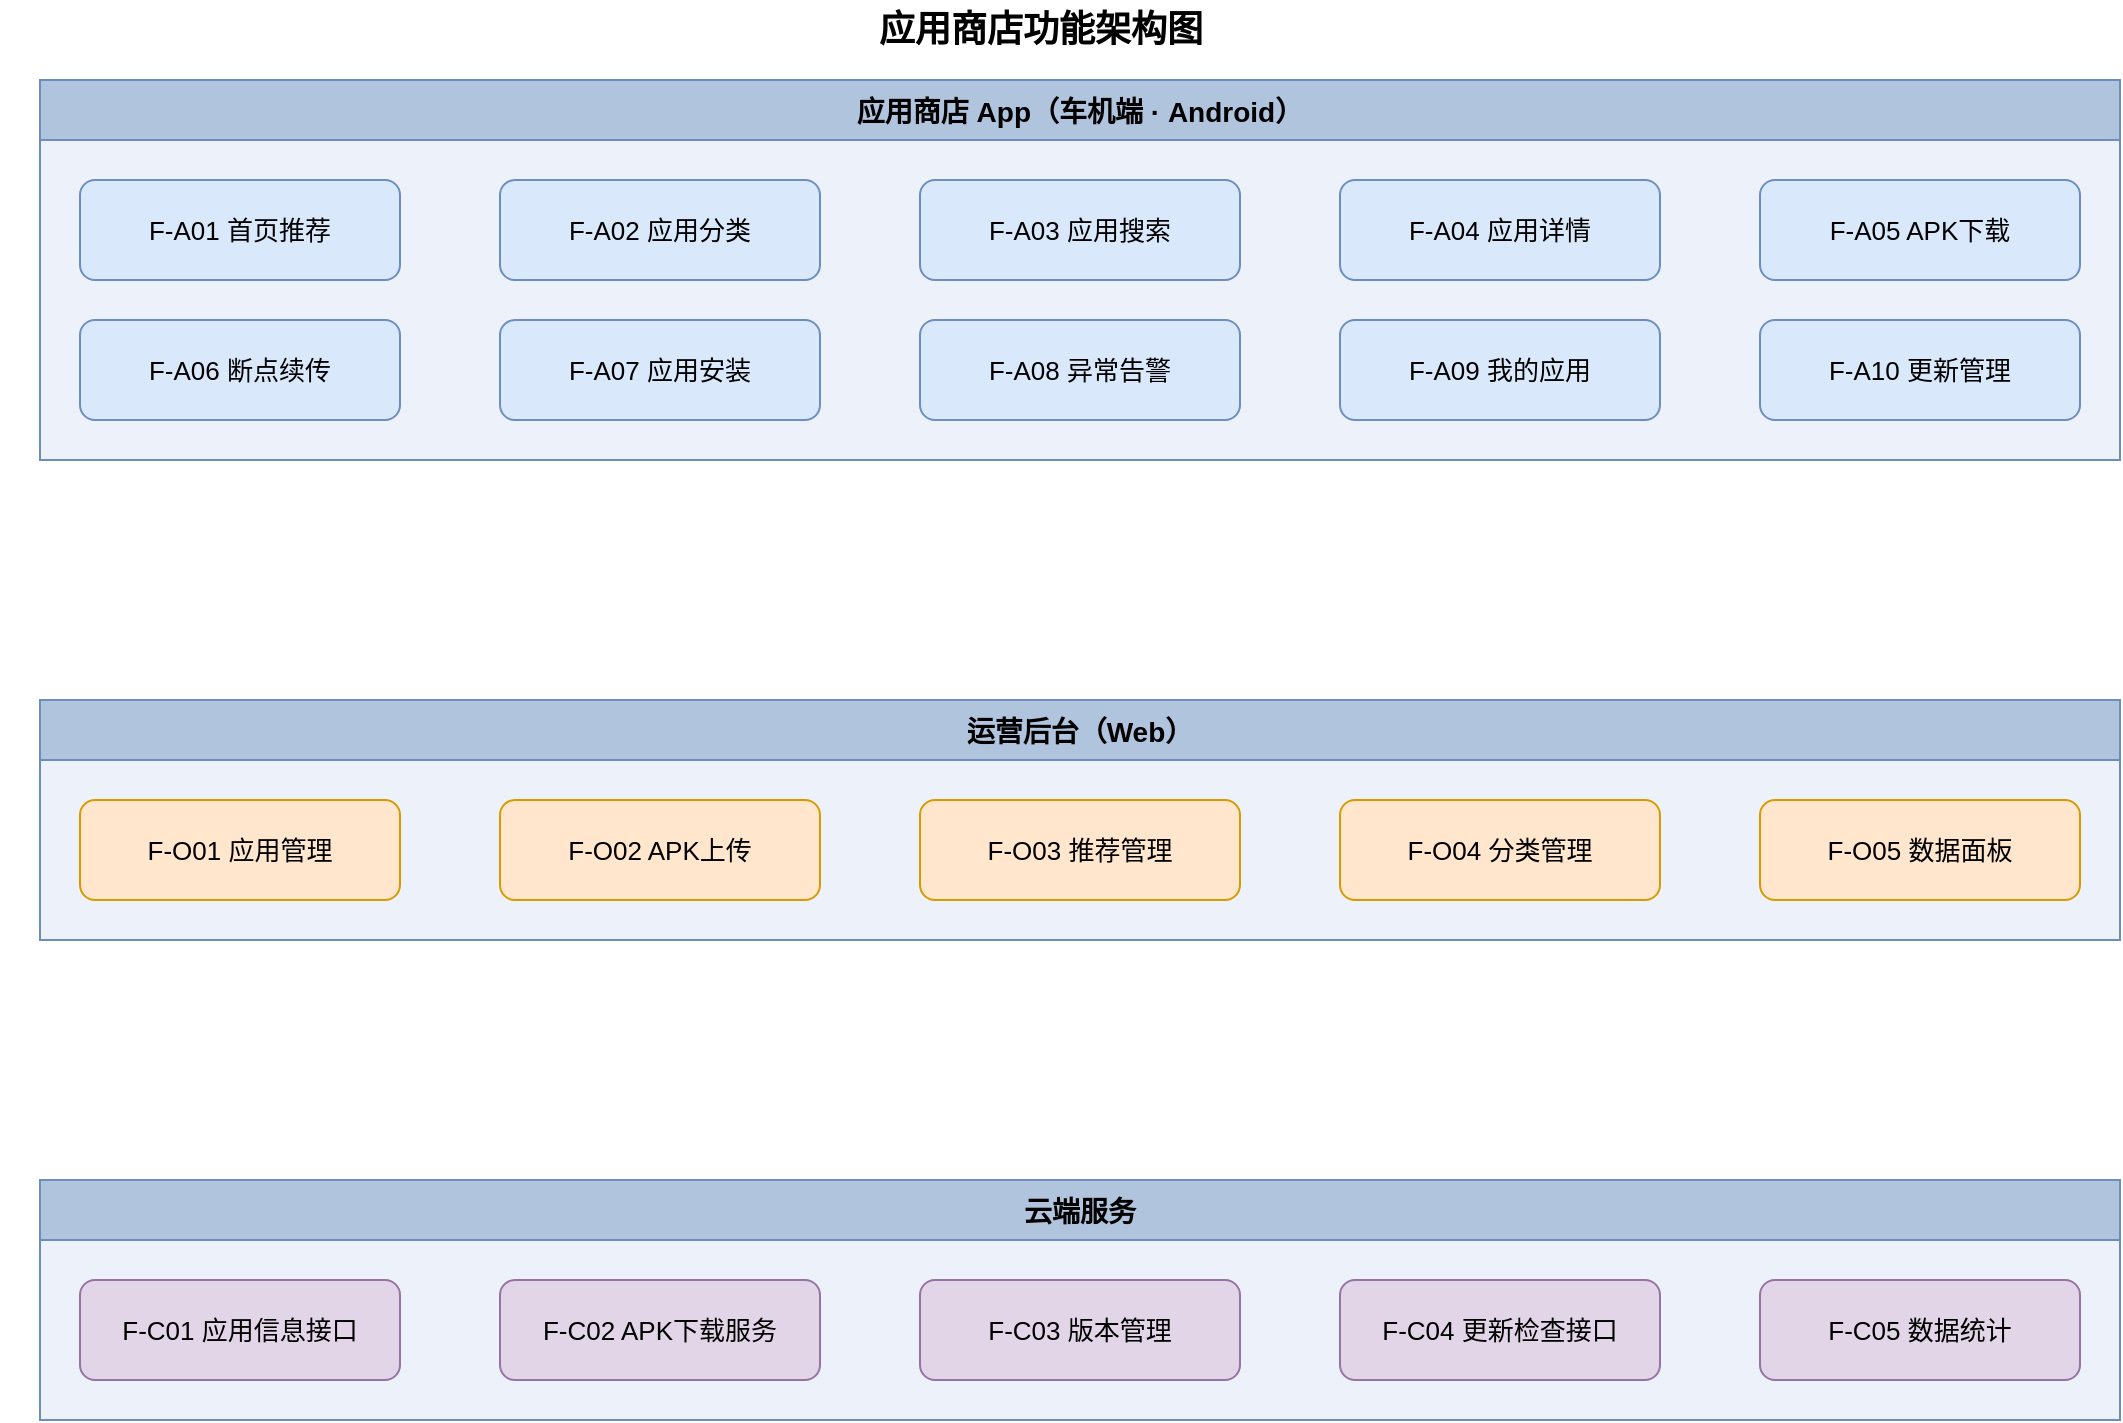
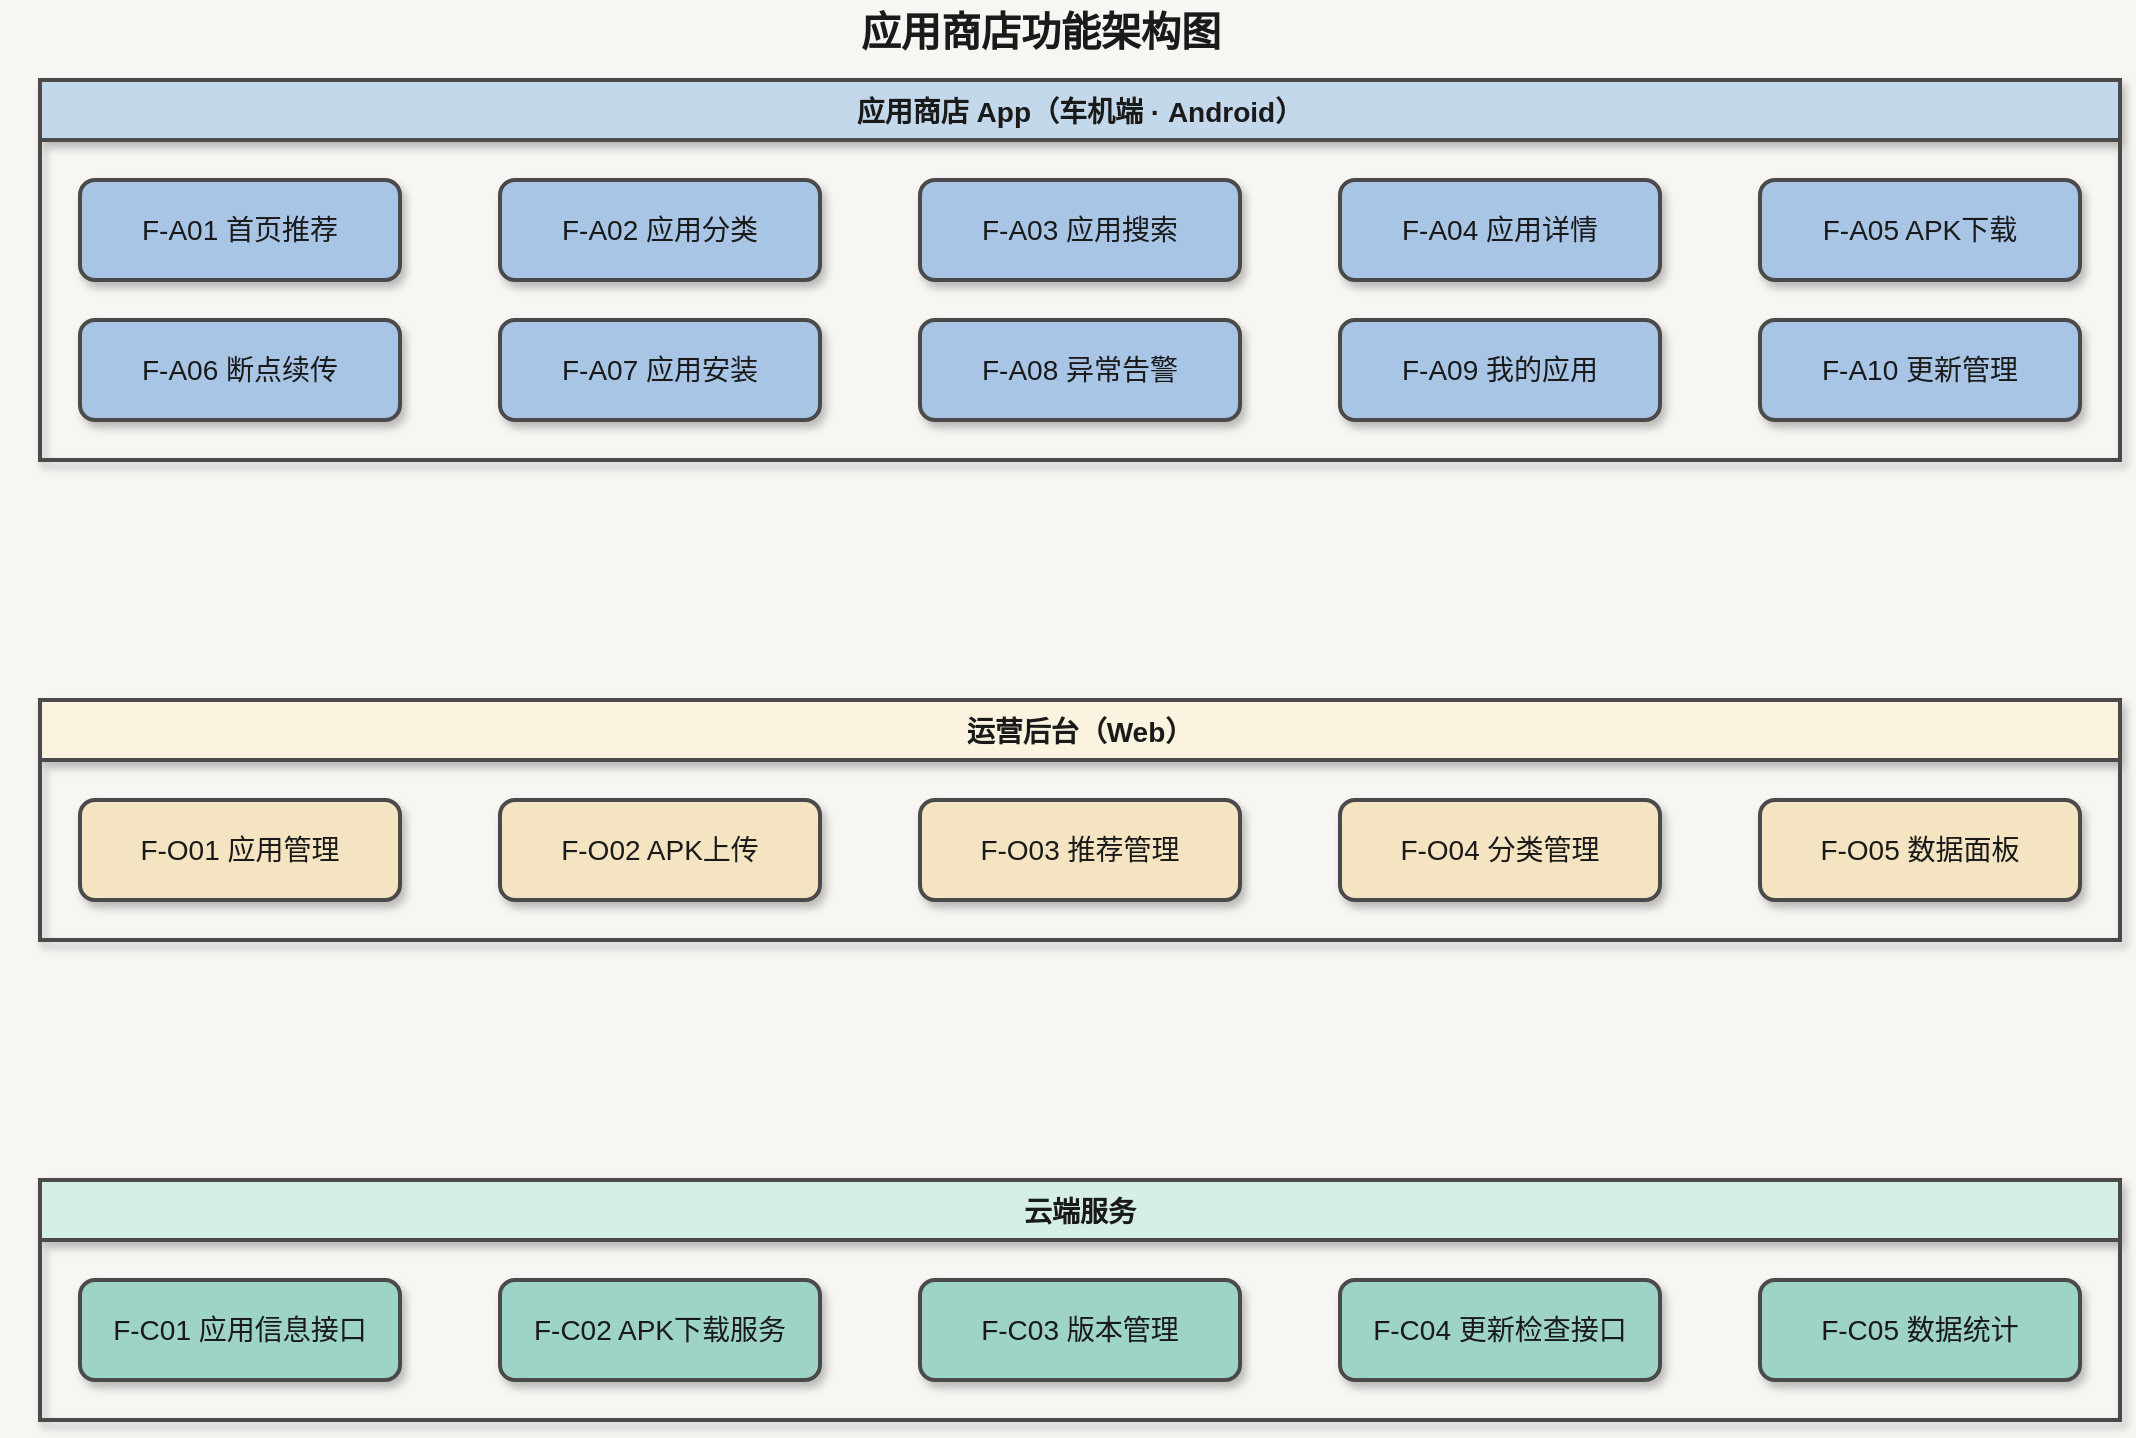
<?xml version="1.0" encoding="UTF-8"?>
<mxfile host="drawio" version="26.0.0" type="device">
  <diagram name="Page-1" id="page-1">
-     <mxGraphModel dx="1434" dy="810" grid="1" gridSize="10" guides="1" tooltips="1" connect="1" arrows="1" fold="1" page="1" pageScale="1" pageWidth="1600" pageHeight="900" math="0" shadow="0">
+     <mxGraphModel dx="1434" dy="810" grid="1" gridSize="10" guides="1" tooltips="1" connect="1" arrows="1" fold="1" page="1" pageScale="1" pageWidth="1600" pageHeight="900" math="0" shadow="0" background="#f8f6f3">
      <root>
        <mxCell id="0" />
        <mxCell id="1" parent="0" />

        <!-- Title -->
-         <mxCell id="2" value="应用商店功能架构图" style="text;html=1;align=center;verticalAlign=middle;fontFamily=Helvetica;fontSize=18;fontStyle=1;" vertex="1" parent="1">
+         <mxCell id="2" value="应用商店功能架构图" style="text;html=1;align=center;verticalAlign=middle;fontFamily=Helvetica;fontSize=20;fontStyle=1;fontColor=#1a1a1a;" vertex="1" parent="1">
          <mxGeometry x="260" y="20" width="1040" height="30" as="geometry" />
        </mxCell>

        <!-- Layer 1: 车机端 Swimlane -->
-         <mxCell id="3" value="应用商店 App（车机端 · Android）" style="swimlane;startSize=30;fillColor=#B0C4DE;strokeColor=#6c8ebf;swimlaneFillColor=#EDF2FA;fontFamily=Helvetica;fontSize=14;fontStyle=1;" vertex="1" parent="1">
+         <mxCell id="3" value="应用商店 App（车机端 · Android）" style="swimlane;startSize=30;fillColor=#c4d8eb;strokeColor=#4a4a4a;strokeWidth=2;shadow=1;fontFamily=Helvetica;fontSize=14;fontStyle=1;fontColor=#1a1a1a;" vertex="1" parent="1">
          <mxGeometry x="280" y="60" width="1040" height="190" as="geometry" />
        </mxCell>

-         <!-- Layer 1 Row 1 -->
-         <mxCell id="4" value="F-A01 首页推荐" style="rounded=1;whiteSpace=wrap;html=1;spacingLeft=15;spacingRight=15;spacingTop=15;spacingBottom=15;fillColor=#dae8fc;strokeColor=#6c8ebf;fontFamily=Helvetica;fontSize=13;" vertex="1" parent="3">
+         <!-- Layer 1 Row 1 (primary: #a8c5e6 / #4a4a4a) -->
+         <mxCell id="4" value="F-A01 首页推荐" style="rounded=1;whiteSpace=wrap;html=1;spacingLeft=15;spacingRight=15;spacingTop=15;spacingBottom=15;fillColor=#a8c5e6;strokeColor=#4a4a4a;strokeWidth=2;shadow=1;fontFamily=Helvetica;fontSize=14;fontColor=#1a1a1a;" vertex="1" parent="3">
          <mxGeometry x="20" y="50" width="160" height="50" as="geometry" />
        </mxCell>
-         <mxCell id="5" value="F-A02 应用分类" style="rounded=1;whiteSpace=wrap;html=1;spacingLeft=15;spacingRight=15;spacingTop=15;spacingBottom=15;fillColor=#dae8fc;strokeColor=#6c8ebf;fontFamily=Helvetica;fontSize=13;" vertex="1" parent="3">
+         <mxCell id="5" value="F-A02 应用分类" style="rounded=1;whiteSpace=wrap;html=1;spacingLeft=15;spacingRight=15;spacingTop=15;spacingBottom=15;fillColor=#a8c5e6;strokeColor=#4a4a4a;strokeWidth=2;shadow=1;fontFamily=Helvetica;fontSize=14;fontColor=#1a1a1a;" vertex="1" parent="3">
          <mxGeometry x="230" y="50" width="160" height="50" as="geometry" />
        </mxCell>
-         <mxCell id="6" value="F-A03 应用搜索" style="rounded=1;whiteSpace=wrap;html=1;spacingLeft=15;spacingRight=15;spacingTop=15;spacingBottom=15;fillColor=#dae8fc;strokeColor=#6c8ebf;fontFamily=Helvetica;fontSize=13;" vertex="1" parent="3">
+         <mxCell id="6" value="F-A03 应用搜索" style="rounded=1;whiteSpace=wrap;html=1;spacingLeft=15;spacingRight=15;spacingTop=15;spacingBottom=15;fillColor=#a8c5e6;strokeColor=#4a4a4a;strokeWidth=2;shadow=1;fontFamily=Helvetica;fontSize=14;fontColor=#1a1a1a;" vertex="1" parent="3">
          <mxGeometry x="440" y="50" width="160" height="50" as="geometry" />
        </mxCell>
-         <mxCell id="7" value="F-A04 应用详情" style="rounded=1;whiteSpace=wrap;html=1;spacingLeft=15;spacingRight=15;spacingTop=15;spacingBottom=15;fillColor=#dae8fc;strokeColor=#6c8ebf;fontFamily=Helvetica;fontSize=13;" vertex="1" parent="3">
+         <mxCell id="7" value="F-A04 应用详情" style="rounded=1;whiteSpace=wrap;html=1;spacingLeft=15;spacingRight=15;spacingTop=15;spacingBottom=15;fillColor=#a8c5e6;strokeColor=#4a4a4a;strokeWidth=2;shadow=1;fontFamily=Helvetica;fontSize=14;fontColor=#1a1a1a;" vertex="1" parent="3">
          <mxGeometry x="650" y="50" width="160" height="50" as="geometry" />
        </mxCell>
-         <mxCell id="8" value="F-A05 APK下载" style="rounded=1;whiteSpace=wrap;html=1;spacingLeft=15;spacingRight=15;spacingTop=15;spacingBottom=15;fillColor=#dae8fc;strokeColor=#6c8ebf;fontFamily=Helvetica;fontSize=13;" vertex="1" parent="3">
+         <mxCell id="8" value="F-A05 APK下载" style="rounded=1;whiteSpace=wrap;html=1;spacingLeft=15;spacingRight=15;spacingTop=15;spacingBottom=15;fillColor=#a8c5e6;strokeColor=#4a4a4a;strokeWidth=2;shadow=1;fontFamily=Helvetica;fontSize=14;fontColor=#1a1a1a;" vertex="1" parent="3">
          <mxGeometry x="860" y="50" width="160" height="50" as="geometry" />
        </mxCell>

-         <!-- Layer 1 Row 2 -->
-         <mxCell id="9" value="F-A06 断点续传" style="rounded=1;whiteSpace=wrap;html=1;spacingLeft=15;spacingRight=15;spacingTop=15;spacingBottom=15;fillColor=#dae8fc;strokeColor=#6c8ebf;fontFamily=Helvetica;fontSize=13;" vertex="1" parent="3">
+         <!-- Layer 1 Row 2 (primary: #a8c5e6 / #4a4a4a) -->
+         <mxCell id="9" value="F-A06 断点续传" style="rounded=1;whiteSpace=wrap;html=1;spacingLeft=15;spacingRight=15;spacingTop=15;spacingBottom=15;fillColor=#a8c5e6;strokeColor=#4a4a4a;strokeWidth=2;shadow=1;fontFamily=Helvetica;fontSize=14;fontColor=#1a1a1a;" vertex="1" parent="3">
          <mxGeometry x="20" y="120" width="160" height="50" as="geometry" />
        </mxCell>
-         <mxCell id="10" value="F-A07 应用安装" style="rounded=1;whiteSpace=wrap;html=1;spacingLeft=15;spacingRight=15;spacingTop=15;spacingBottom=15;fillColor=#dae8fc;strokeColor=#6c8ebf;fontFamily=Helvetica;fontSize=13;" vertex="1" parent="3">
+         <mxCell id="10" value="F-A07 应用安装" style="rounded=1;whiteSpace=wrap;html=1;spacingLeft=15;spacingRight=15;spacingTop=15;spacingBottom=15;fillColor=#a8c5e6;strokeColor=#4a4a4a;strokeWidth=2;shadow=1;fontFamily=Helvetica;fontSize=14;fontColor=#1a1a1a;" vertex="1" parent="3">
          <mxGeometry x="230" y="120" width="160" height="50" as="geometry" />
        </mxCell>
-         <mxCell id="11" value="F-A08 异常告警" style="rounded=1;whiteSpace=wrap;html=1;spacingLeft=15;spacingRight=15;spacingTop=15;spacingBottom=15;fillColor=#dae8fc;strokeColor=#6c8ebf;fontFamily=Helvetica;fontSize=13;" vertex="1" parent="3">
+         <mxCell id="11" value="F-A08 异常告警" style="rounded=1;whiteSpace=wrap;html=1;spacingLeft=15;spacingRight=15;spacingTop=15;spacingBottom=15;fillColor=#a8c5e6;strokeColor=#4a4a4a;strokeWidth=2;shadow=1;fontFamily=Helvetica;fontSize=14;fontColor=#1a1a1a;" vertex="1" parent="3">
          <mxGeometry x="440" y="120" width="160" height="50" as="geometry" />
        </mxCell>
-         <mxCell id="12" value="F-A09 我的应用" style="rounded=1;whiteSpace=wrap;html=1;spacingLeft=15;spacingRight=15;spacingTop=15;spacingBottom=15;fillColor=#dae8fc;strokeColor=#6c8ebf;fontFamily=Helvetica;fontSize=13;" vertex="1" parent="3">
+         <mxCell id="12" value="F-A09 我的应用" style="rounded=1;whiteSpace=wrap;html=1;spacingLeft=15;spacingRight=15;spacingTop=15;spacingBottom=15;fillColor=#a8c5e6;strokeColor=#4a4a4a;strokeWidth=2;shadow=1;fontFamily=Helvetica;fontSize=14;fontColor=#1a1a1a;" vertex="1" parent="3">
          <mxGeometry x="650" y="120" width="160" height="50" as="geometry" />
        </mxCell>
-         <mxCell id="13" value="F-A10 更新管理" style="rounded=1;whiteSpace=wrap;html=1;spacingLeft=15;spacingRight=15;spacingTop=15;spacingBottom=15;fillColor=#dae8fc;strokeColor=#6c8ebf;fontFamily=Helvetica;fontSize=13;" vertex="1" parent="3">
+         <mxCell id="13" value="F-A10 更新管理" style="rounded=1;whiteSpace=wrap;html=1;spacingLeft=15;spacingRight=15;spacingTop=15;spacingBottom=15;fillColor=#a8c5e6;strokeColor=#4a4a4a;strokeWidth=2;shadow=1;fontFamily=Helvetica;fontSize=14;fontColor=#1a1a1a;" vertex="1" parent="3">
          <mxGeometry x="860" y="120" width="160" height="50" as="geometry" />
        </mxCell>

        <!-- Layer 2: 运营后台 Swimlane -->
-         <mxCell id="14" value="运营后台（Web）" style="swimlane;startSize=30;fillColor=#B0C4DE;strokeColor=#6c8ebf;swimlaneFillColor=#EDF2FA;fontFamily=Helvetica;fontSize=14;fontStyle=1;" vertex="1" parent="1">
+         <mxCell id="14" value="运营后台（Web）" style="swimlane;startSize=30;fillColor=#faf3e0;strokeColor=#4a4a4a;strokeWidth=2;shadow=1;fontFamily=Helvetica;fontSize=14;fontStyle=1;fontColor=#1a1a1a;" vertex="1" parent="1">
          <mxGeometry x="280" y="370" width="1040" height="120" as="geometry" />
        </mxCell>

-         <!-- Layer 2 Modules -->
-         <mxCell id="15" value="F-O01 应用管理" style="rounded=1;whiteSpace=wrap;html=1;spacingLeft=15;spacingRight=15;spacingTop=15;spacingBottom=15;fillColor=#ffe6cc;strokeColor=#d79b00;fontFamily=Helvetica;fontSize=13;" vertex="1" parent="14">
+         <!-- Layer 2 Modules (warning: #f4e4c1 / #4a4a4a) -->
+         <mxCell id="15" value="F-O01 应用管理" style="rounded=1;whiteSpace=wrap;html=1;spacingLeft=15;spacingRight=15;spacingTop=15;spacingBottom=15;fillColor=#f4e4c1;strokeColor=#4a4a4a;strokeWidth=2;shadow=1;fontFamily=Helvetica;fontSize=14;fontColor=#1a1a1a;" vertex="1" parent="14">
          <mxGeometry x="20" y="50" width="160" height="50" as="geometry" />
        </mxCell>
-         <mxCell id="16" value="F-O02 APK上传" style="rounded=1;whiteSpace=wrap;html=1;spacingLeft=15;spacingRight=15;spacingTop=15;spacingBottom=15;fillColor=#ffe6cc;strokeColor=#d79b00;fontFamily=Helvetica;fontSize=13;" vertex="1" parent="14">
+         <mxCell id="16" value="F-O02 APK上传" style="rounded=1;whiteSpace=wrap;html=1;spacingLeft=15;spacingRight=15;spacingTop=15;spacingBottom=15;fillColor=#f4e4c1;strokeColor=#4a4a4a;strokeWidth=2;shadow=1;fontFamily=Helvetica;fontSize=14;fontColor=#1a1a1a;" vertex="1" parent="14">
          <mxGeometry x="230" y="50" width="160" height="50" as="geometry" />
        </mxCell>
-         <mxCell id="17" value="F-O03 推荐管理" style="rounded=1;whiteSpace=wrap;html=1;spacingLeft=15;spacingRight=15;spacingTop=15;spacingBottom=15;fillColor=#ffe6cc;strokeColor=#d79b00;fontFamily=Helvetica;fontSize=13;" vertex="1" parent="14">
+         <mxCell id="17" value="F-O03 推荐管理" style="rounded=1;whiteSpace=wrap;html=1;spacingLeft=15;spacingRight=15;spacingTop=15;spacingBottom=15;fillColor=#f4e4c1;strokeColor=#4a4a4a;strokeWidth=2;shadow=1;fontFamily=Helvetica;fontSize=14;fontColor=#1a1a1a;" vertex="1" parent="14">
          <mxGeometry x="440" y="50" width="160" height="50" as="geometry" />
        </mxCell>
-         <mxCell id="18" value="F-O04 分类管理" style="rounded=1;whiteSpace=wrap;html=1;spacingLeft=15;spacingRight=15;spacingTop=15;spacingBottom=15;fillColor=#ffe6cc;strokeColor=#d79b00;fontFamily=Helvetica;fontSize=13;" vertex="1" parent="14">
+         <mxCell id="18" value="F-O04 分类管理" style="rounded=1;whiteSpace=wrap;html=1;spacingLeft=15;spacingRight=15;spacingTop=15;spacingBottom=15;fillColor=#f4e4c1;strokeColor=#4a4a4a;strokeWidth=2;shadow=1;fontFamily=Helvetica;fontSize=14;fontColor=#1a1a1a;" vertex="1" parent="14">
          <mxGeometry x="650" y="50" width="160" height="50" as="geometry" />
        </mxCell>
-         <mxCell id="19" value="F-O05 数据面板" style="rounded=1;whiteSpace=wrap;html=1;spacingLeft=15;spacingRight=15;spacingTop=15;spacingBottom=15;fillColor=#ffe6cc;strokeColor=#d79b00;fontFamily=Helvetica;fontSize=13;" vertex="1" parent="14">
+         <mxCell id="19" value="F-O05 数据面板" style="rounded=1;whiteSpace=wrap;html=1;spacingLeft=15;spacingRight=15;spacingTop=15;spacingBottom=15;fillColor=#f4e4c1;strokeColor=#4a4a4a;strokeWidth=2;shadow=1;fontFamily=Helvetica;fontSize=14;fontColor=#1a1a1a;" vertex="1" parent="14">
          <mxGeometry x="860" y="50" width="160" height="50" as="geometry" />
        </mxCell>

        <!-- Layer 3: 云端服务 Swimlane -->
-         <mxCell id="20" value="云端服务" style="swimlane;startSize=30;fillColor=#B0C4DE;strokeColor=#6c8ebf;swimlaneFillColor=#EDF2FA;fontFamily=Helvetica;fontSize=14;fontStyle=1;" vertex="1" parent="1">
+         <mxCell id="20" value="云端服务" style="swimlane;startSize=30;fillColor=#d5efe7;strokeColor=#4a4a4a;strokeWidth=2;shadow=1;fontFamily=Helvetica;fontSize=14;fontStyle=1;fontColor=#1a1a1a;" vertex="1" parent="1">
          <mxGeometry x="280" y="610" width="1040" height="120" as="geometry" />
        </mxCell>

-         <!-- Layer 3 Modules -->
-         <mxCell id="21" value="F-C01 应用信息接口" style="rounded=1;whiteSpace=wrap;html=1;spacingLeft=15;spacingRight=15;spacingTop=15;spacingBottom=15;fillColor=#e1d5e7;strokeColor=#9673a6;fontFamily=Helvetica;fontSize=13;" vertex="1" parent="20">
+         <!-- Layer 3 Modules (success: #9dd4c7 / #4a4a4a) -->
+         <mxCell id="21" value="F-C01 应用信息接口" style="rounded=1;whiteSpace=wrap;html=1;spacingLeft=15;spacingRight=15;spacingTop=15;spacingBottom=15;fillColor=#9dd4c7;strokeColor=#4a4a4a;strokeWidth=2;shadow=1;fontFamily=Helvetica;fontSize=14;fontColor=#1a1a1a;" vertex="1" parent="20">
          <mxGeometry x="20" y="50" width="160" height="50" as="geometry" />
        </mxCell>
-         <mxCell id="22" value="F-C02 APK下载服务" style="rounded=1;whiteSpace=wrap;html=1;spacingLeft=15;spacingRight=15;spacingTop=15;spacingBottom=15;fillColor=#e1d5e7;strokeColor=#9673a6;fontFamily=Helvetica;fontSize=13;" vertex="1" parent="20">
+         <mxCell id="22" value="F-C02 APK下载服务" style="rounded=1;whiteSpace=wrap;html=1;spacingLeft=15;spacingRight=15;spacingTop=15;spacingBottom=15;fillColor=#9dd4c7;strokeColor=#4a4a4a;strokeWidth=2;shadow=1;fontFamily=Helvetica;fontSize=14;fontColor=#1a1a1a;" vertex="1" parent="20">
          <mxGeometry x="230" y="50" width="160" height="50" as="geometry" />
        </mxCell>
-         <mxCell id="23" value="F-C03 版本管理" style="rounded=1;whiteSpace=wrap;html=1;spacingLeft=15;spacingRight=15;spacingTop=15;spacingBottom=15;fillColor=#e1d5e7;strokeColor=#9673a6;fontFamily=Helvetica;fontSize=13;" vertex="1" parent="20">
+         <mxCell id="23" value="F-C03 版本管理" style="rounded=1;whiteSpace=wrap;html=1;spacingLeft=15;spacingRight=15;spacingTop=15;spacingBottom=15;fillColor=#9dd4c7;strokeColor=#4a4a4a;strokeWidth=2;shadow=1;fontFamily=Helvetica;fontSize=14;fontColor=#1a1a1a;" vertex="1" parent="20">
          <mxGeometry x="440" y="50" width="160" height="50" as="geometry" />
        </mxCell>
-         <mxCell id="24" value="F-C04 更新检查接口" style="rounded=1;whiteSpace=wrap;html=1;spacingLeft=15;spacingRight=15;spacingTop=15;spacingBottom=15;fillColor=#e1d5e7;strokeColor=#9673a6;fontFamily=Helvetica;fontSize=13;" vertex="1" parent="20">
+         <mxCell id="24" value="F-C04 更新检查接口" style="rounded=1;whiteSpace=wrap;html=1;spacingLeft=15;spacingRight=15;spacingTop=15;spacingBottom=15;fillColor=#9dd4c7;strokeColor=#4a4a4a;strokeWidth=2;shadow=1;fontFamily=Helvetica;fontSize=14;fontColor=#1a1a1a;" vertex="1" parent="20">
          <mxGeometry x="650" y="50" width="160" height="50" as="geometry" />
        </mxCell>
-         <mxCell id="25" value="F-C05 数据统计" style="rounded=1;whiteSpace=wrap;html=1;spacingLeft=15;spacingRight=15;spacingTop=15;spacingBottom=15;fillColor=#e1d5e7;strokeColor=#9673a6;fontFamily=Helvetica;fontSize=13;" vertex="1" parent="20">
+         <mxCell id="25" value="F-C05 数据统计" style="rounded=1;whiteSpace=wrap;html=1;spacingLeft=15;spacingRight=15;spacingTop=15;spacingBottom=15;fillColor=#9dd4c7;strokeColor=#4a4a4a;strokeWidth=2;shadow=1;fontFamily=Helvetica;fontSize=14;fontColor=#1a1a1a;" vertex="1" parent="20">
          <mxGeometry x="860" y="50" width="160" height="50" as="geometry" />
        </mxCell>

      </root>
    </mxGraphModel>
  </diagram>
</mxfile>
